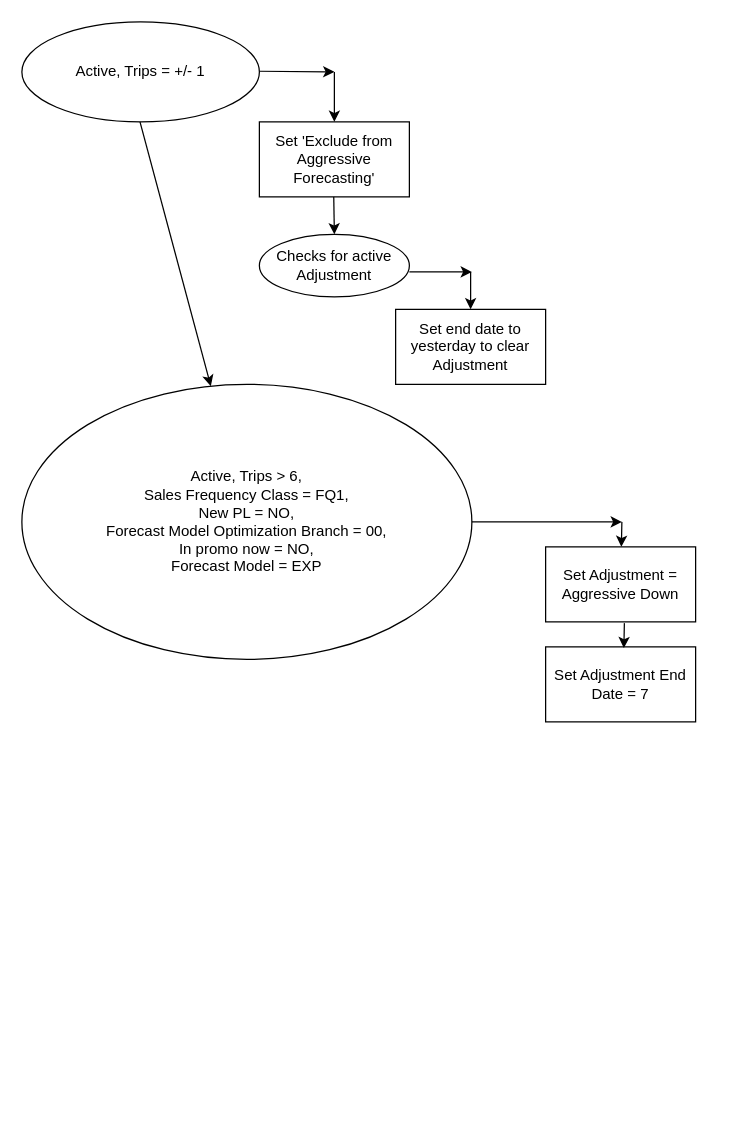
Earlier version of the draw.io diagram Trip Response Proposal.drawio (davis-nelson/flowcharts). Source tidied: cells renumbered, new cells numbered last; positions are measured from the earlier drawing's top-left corner, leaving out a move shared by most shapes. Both pictures are drawn from the tidied source at 125%, with x=0, y=0 at pixel (21, 21).
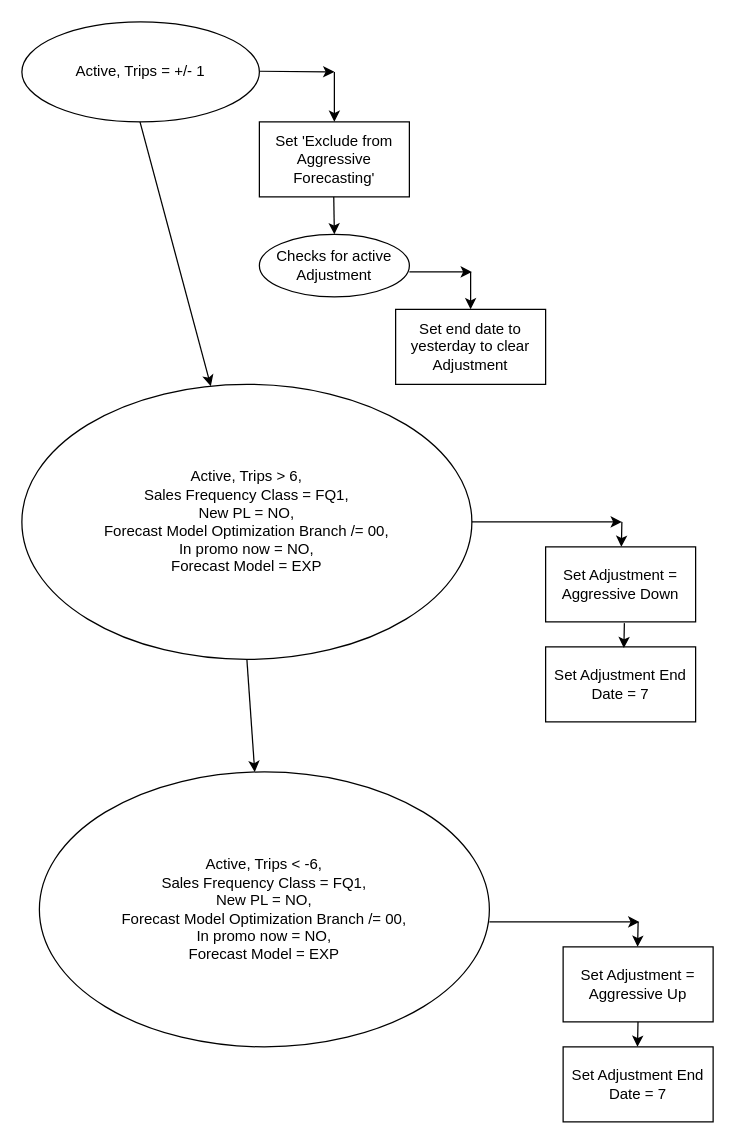
Above is the later version.

Change to the diagram source:
```diff
@@
-    <mxCell id="12" value="Active, Trips &amp;gt; 6, &lt;br&gt;Sales Frequency Class = FQ1, &lt;br&gt;New PL = NO,&lt;br&gt;Forecast Model Optimization Branch = 00,&lt;br&gt;In promo now = NO,&lt;br&gt;Forecast Model = EXP" style="ellipse;whiteSpace=wrap;html=1;" parent="1" vertex="1">
+    <mxCell id="12" value="Active, Trips &amp;gt; 6, &lt;br&gt;Sales Frequency Class = FQ1, &lt;br&gt;New PL = NO,&lt;br&gt;Forecast Model Optimization Branch /= 00,&lt;br&gt;In promo now = NO,&lt;br&gt;Forecast Model = EXP" style="ellipse;whiteSpace=wrap;html=1;" parent="1" vertex="1">
       <mxGeometry y="290" width="360" height="220" as="geometry" />
     </mxCell>
@@
+    <mxCell id="18" value="Active, Trips &amp;lt; -6, &lt;br&gt;Sales Frequency Class = FQ1, &lt;br&gt;New PL = NO,&lt;br&gt;Forecast Model Optimization Branch /= 00,&lt;br&gt;In promo now = NO,&lt;br&gt;Forecast Model = EXP" style="ellipse;whiteSpace=wrap;html=1;" parent="1" vertex="1">
+      <mxGeometry x="14" y="600" width="360" height="220" as="geometry" />
+    </mxCell>
+    <mxCell id="19" style="endArrow=classic;html=1;rounded=0;exitX=0.5;exitY=1;exitDx=0;exitDy=0;" parent="1" edge="1" source="12" target="18">
+      <mxGeometry relative="1" as="geometry" />
+    </mxCell>
+    <mxCell id="20" style="endArrow=classic;html=1;rounded=0;" parent="1" edge="1">
+      <mxGeometry relative="1" as="geometry">
+        <mxPoint x="374" y="720" as="sourcePoint" />
+        <mxPoint x="494" y="720" as="targetPoint" />
+      </mxGeometry>
+    </mxCell>
+    <mxCell id="21" value="Set Adjustment = Aggressive Up" style="rounded=0;whiteSpace=wrap;html=1;" parent="1" vertex="1">
+      <mxGeometry x="433" y="740" width="120" height="60" as="geometry" />
+    </mxCell>
+    <mxCell id="22" value="Set Adjustment End Date = 7" style="rounded=0;whiteSpace=wrap;html=1;" parent="1" vertex="1">
+      <mxGeometry x="433" y="820" width="120" height="60" as="geometry" />
+    </mxCell>
+    <mxCell id="23" style="endArrow=classic;html=1;rounded=0;" parent="1" edge="1">
+      <mxGeometry relative="1" as="geometry">
+        <mxPoint x="492.9" y="800" as="sourcePoint" />
+        <mxPoint x="492.5" y="820" as="targetPoint" />
+      </mxGeometry>
+    </mxCell>
+    <mxCell id="24" style="endArrow=classic;html=1;rounded=0;" parent="1" edge="1">
+      <mxGeometry relative="1" as="geometry">
+        <mxPoint x="493" y="720" as="sourcePoint" />
+        <mxPoint x="492.6" y="740" as="targetPoint" />
+      </mxGeometry>
+    </mxCell>
```
